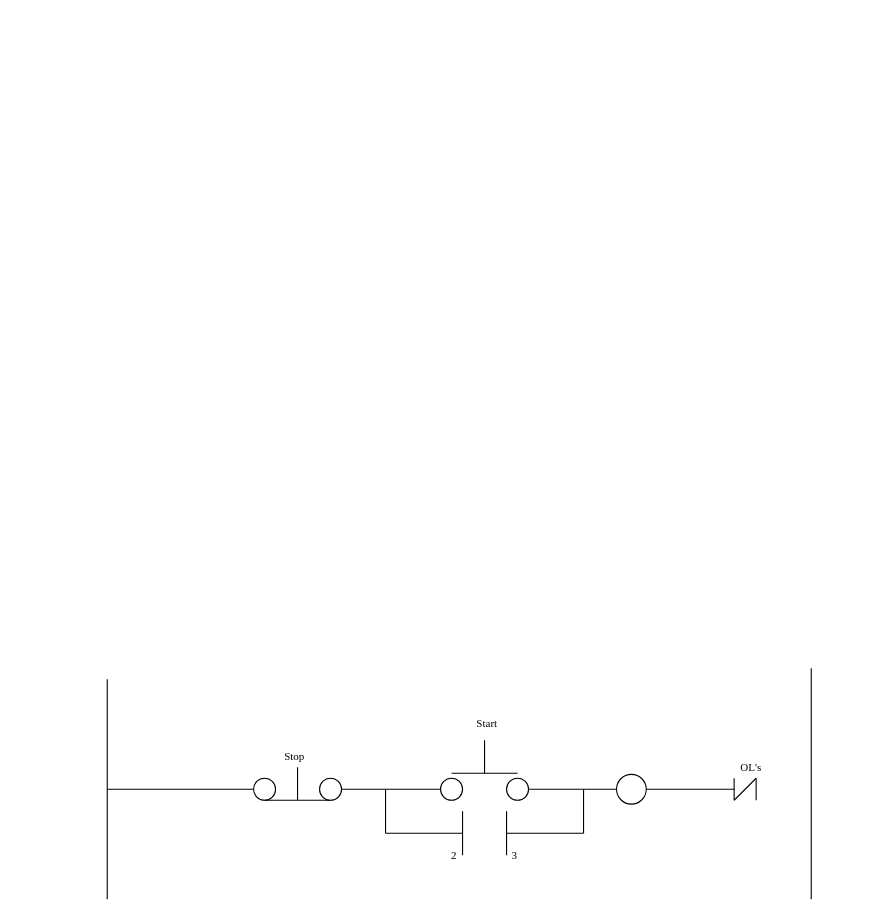
Above: Untitled Diagram.drawio in JakeBenjamin/Jakesrepo (draw.io), before the change. Source tidied: cells renumbered, new cells numbered last; positions are measured from the earlier drawing's top-left corner, leaving out a move shared by most shapes. Both pictures are drawn from the tidied source at 110%, with x=0, y=0 at pixel (107, 668).
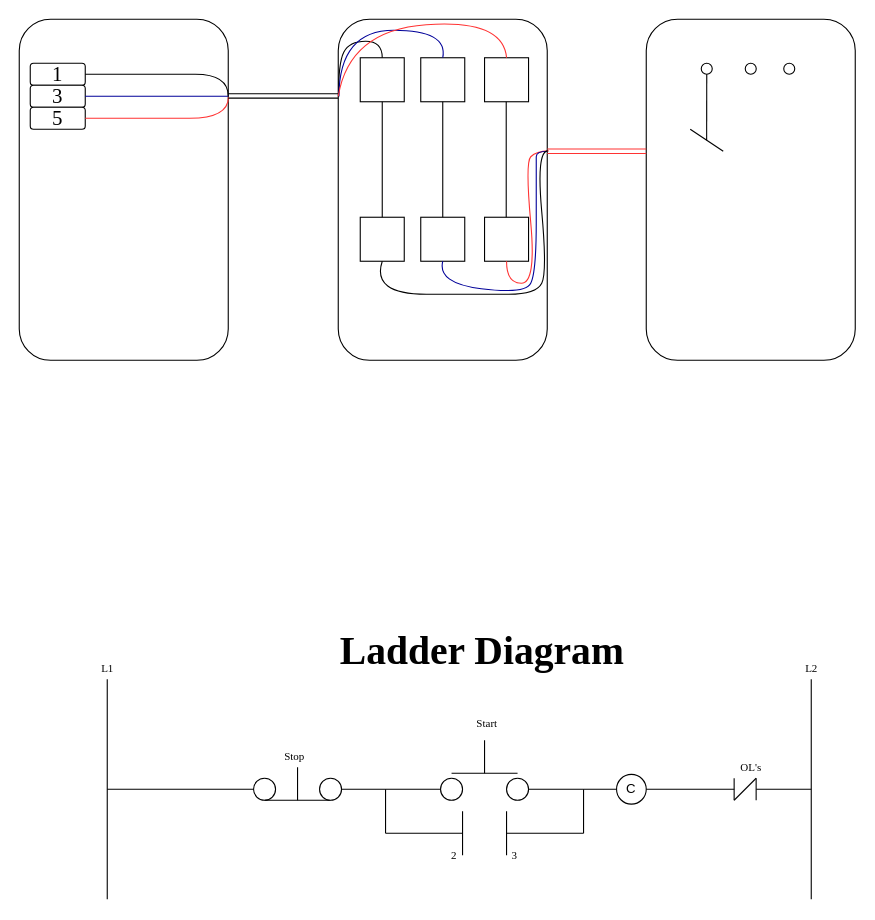
After the change.

What changed in the source:
```diff
@@
     <mxCell id="3" style="endArrow=none;html=1;rounded=0;" parent="1" edge="1">
       <mxGeometry relative="1" as="geometry">
         <mxPoint x="640" y="210" as="sourcePoint" />
-        <mxPoint x="640" as="targetPoint" />
+        <mxPoint x="640" y="10" as="targetPoint" />
       </mxGeometry>
     </mxCell>
@@
-    <mxCell id="23" style="ellipse;whiteSpace=wrap;html=1;direction=west;" parent="1" vertex="1">
+    <mxCell id="23" value="C" style="ellipse;whiteSpace=wrap;html=1;direction=west;" parent="1" vertex="1">
       <mxGeometry x="463" y="96.5" width="27" height="27" as="geometry" />
     </mxCell>
@@
+    <mxCell id="33" value="L1&lt;br&gt;" style="text;html=1;align=center;verticalAlign=middle;strokeColor=none;fillColor=none;fontSize=10;fontFamily=Times New Roman;fontColor=default;" parent="1" vertex="1">
+      <mxGeometry x="-15" y="-10" width="30" height="20" as="geometry" />
+    </mxCell>
+    <mxCell id="34" value="L2" style="text;html=1;align=center;verticalAlign=middle;strokeColor=none;fillColor=none;fontSize=10;fontFamily=Times New Roman;fontColor=default;" parent="1" vertex="1">
+      <mxGeometry x="625" y="-10" width="30" height="20" as="geometry" />
+    </mxCell>
+    <mxCell id="35" style="endArrow=none;html=1;rounded=0;fontFamily=Times New Roman;fontSize=10;fontColor=default;" parent="1" edge="1">
+      <mxGeometry relative="1" as="geometry">
+        <mxPoint x="590" y="110" as="sourcePoint" />
+        <mxPoint x="640" y="110" as="targetPoint" />
+      </mxGeometry>
+    </mxCell>
+    <mxCell id="36" value="&lt;h1&gt;&lt;font style=&quot;font-size: 36px&quot;&gt;Ladder Diagram&amp;nbsp;&lt;/font&gt;&lt;/h1&gt;" style="text;html=1;align=center;verticalAlign=middle;strokeColor=none;fillColor=none;fontSize=10;fontFamily=Times New Roman;fontColor=default;" parent="1" vertex="1">
+      <mxGeometry x="205" y="-40" width="280" height="50" as="geometry" />
+    </mxCell>
+    <mxCell id="37" style="rounded=1;whiteSpace=wrap;html=1;labelBackgroundColor=none;fontFamily=Times New Roman;fontSize=36;fontColor=default;direction=south;" parent="1" vertex="1">
+      <mxGeometry x="-80" y="-590" width="190" height="310" as="geometry" />
+    </mxCell>
+    <mxCell id="38" style="rounded=1;whiteSpace=wrap;html=1;labelBackgroundColor=none;fontFamily=Times New Roman;fontSize=36;fontColor=default;direction=south;" parent="1" vertex="1">
+      <mxGeometry x="210" y="-590" width="190" height="310" as="geometry" />
+    </mxCell>
+    <mxCell id="39" style="rounded=1;whiteSpace=wrap;html=1;labelBackgroundColor=none;fontFamily=Times New Roman;fontSize=36;fontColor=default;direction=south;" parent="1" vertex="1">
+      <mxGeometry x="490" y="-590" width="190" height="310" as="geometry" />
+    </mxCell>
+    <mxCell id="40" value="&lt;font style=&quot;font-size: 19px&quot;&gt;1&lt;/font&gt;" style="rounded=1;whiteSpace=wrap;html=1;labelBackgroundColor=none;fontFamily=Times New Roman;fontSize=36;fontColor=default;spacingLeft=0;spacingBottom=10;" parent="1" vertex="1">
+      <mxGeometry x="-70" y="-550" width="50" height="20" as="geometry" />
+    </mxCell>
+    <mxCell id="41" value="&lt;font style=&quot;font-size: 19px&quot;&gt;3&lt;/font&gt;" style="rounded=1;whiteSpace=wrap;html=1;labelBackgroundColor=none;fontFamily=Times New Roman;fontSize=36;fontColor=default;spacingBottom=10;" parent="1" vertex="1">
+      <mxGeometry x="-70" y="-530" width="50" height="20" as="geometry" />
+    </mxCell>
+    <mxCell id="42" value="&lt;font style=&quot;font-size: 19px&quot;&gt;5&lt;/font&gt;" style="rounded=1;whiteSpace=wrap;html=1;labelBackgroundColor=none;fontFamily=Times New Roman;fontSize=36;fontColor=default;spacingBottom=10;" parent="1" vertex="1">
+      <mxGeometry x="-70" y="-510" width="50" height="20" as="geometry" />
+    </mxCell>
+    <mxCell id="43" style="endArrow=none;html=1;rounded=0;fontFamily=Times New Roman;fontSize=19;fontColor=default;strokeColor=#000099;curved=1;exitX=1;exitY=0.5;exitDx=0;exitDy=0;" parent="1" edge="1" source="41">
+      <mxGeometry relative="1" as="geometry">
+        <mxPoint x="110" y="-520" as="targetPoint" />
+      </mxGeometry>
+    </mxCell>
+    <mxCell id="44" style="endArrow=none;html=1;rounded=0;fontFamily=Times New Roman;fontSize=19;fontColor=default;strokeColor=#FF3333;curved=1;exitX=1;exitY=0.5;exitDx=0;exitDy=0;entryX=0.228;entryY=-0.001;entryDx=0;entryDy=0;entryPerimeter=0;" parent="1" edge="1" source="42" target="37">
+      <mxGeometry relative="1" as="geometry">
+        <Array as="points">
+          <mxPoint x="40" y="-500" />
+          <mxPoint x="110" y="-500" />
+        </Array>
+      </mxGeometry>
+    </mxCell>
+    <mxCell id="45" style="endArrow=none;html=1;rounded=0;fontFamily=Times New Roman;fontSize=19;fontColor=default;strokeColor=#000000;curved=1;exitX=1;exitY=0.5;exitDx=0;exitDy=0;" parent="1" edge="1" source="40">
+      <mxGeometry relative="1" as="geometry">
+        <mxPoint x="110" y="-520" as="targetPoint" />
+        <Array as="points">
+          <mxPoint x="50" y="-540" />
+          <mxPoint x="110" y="-540" />
+        </Array>
+      </mxGeometry>
+    </mxCell>
+    <mxCell id="46" style="whiteSpace=wrap;html=1;labelBackgroundColor=#ffffff;fontFamily=Times New Roman;fontSize=19;fontColor=default;" parent="1" vertex="1">
+      <mxGeometry x="230" y="-555" width="40" height="40" as="geometry" />
+    </mxCell>
+    <mxCell id="47" style="whiteSpace=wrap;html=1;labelBackgroundColor=#ffffff;fontFamily=Times New Roman;fontSize=19;fontColor=default;" parent="1" vertex="1">
+      <mxGeometry x="285" y="-555" width="40" height="40" as="geometry" />
+    </mxCell>
+    <mxCell id="48" style="whiteSpace=wrap;html=1;labelBackgroundColor=#ffffff;fontFamily=Times New Roman;fontSize=19;fontColor=default;" parent="1" vertex="1">
+      <mxGeometry x="343" y="-555" width="40" height="40" as="geometry" />
+    </mxCell>
+    <mxCell id="49" style="whiteSpace=wrap;html=1;labelBackgroundColor=#ffffff;fontFamily=Times New Roman;fontSize=19;fontColor=default;" parent="1" vertex="1">
+      <mxGeometry x="230" y="-410" width="40" height="40" as="geometry" />
+    </mxCell>
+    <mxCell id="50" style="endArrow=none;html=1;rounded=0;fontFamily=Times New Roman;fontSize=19;fontColor=default;strokeColor=#000000;curved=1;exitX=0.5;exitY=0;exitDx=0;exitDy=0;entryX=0.5;entryY=1;entryDx=0;entryDy=0;" parent="1" edge="1" source="49" target="46">
+      <mxGeometry relative="1" as="geometry" />
+    </mxCell>
+    <mxCell id="51" style="whiteSpace=wrap;html=1;labelBackgroundColor=#ffffff;fontFamily=Times New Roman;fontSize=19;fontColor=default;" parent="1" vertex="1">
+      <mxGeometry x="285" y="-410" width="40" height="40" as="geometry" />
+    </mxCell>
+    <mxCell id="52" style="whiteSpace=wrap;html=1;labelBackgroundColor=#ffffff;fontFamily=Times New Roman;fontSize=19;fontColor=default;" parent="1" vertex="1">
+      <mxGeometry x="343" y="-410" width="40" height="40" as="geometry" />
+    </mxCell>
+    <mxCell id="53" style="endArrow=none;html=1;rounded=0;fontFamily=Times New Roman;fontSize=19;fontColor=default;strokeColor=#000000;curved=1;entryX=0.5;entryY=1;entryDx=0;entryDy=0;" parent="1" edge="1" target="47">
+      <mxGeometry relative="1" as="geometry">
+        <mxPoint x="305" y="-410" as="sourcePoint" />
+      </mxGeometry>
+    </mxCell>
+    <mxCell id="54" style="endArrow=none;html=1;rounded=0;fontFamily=Times New Roman;fontSize=19;fontColor=default;strokeColor=#000000;curved=1;entryX=0.5;entryY=1;entryDx=0;entryDy=0;" parent="1" edge="1">
+      <mxGeometry relative="1" as="geometry">
+        <mxPoint x="362.7" y="-410" as="sourcePoint" />
+        <mxPoint x="362.7" y="-515" as="targetPoint" />
+      </mxGeometry>
+    </mxCell>
+    <mxCell id="55" style="shape=link;html=1;rounded=0;fontFamily=Times New Roman;fontSize=19;fontColor=default;strokeColor=#000000;curved=1;" parent="1" edge="1">
+      <mxGeometry relative="1" as="geometry">
+        <mxPoint x="110" y="-520.3" as="sourcePoint" />
+        <mxPoint x="210" y="-520.3" as="targetPoint" />
+      </mxGeometry>
+    </mxCell>
+    <mxCell id="56" style="endArrow=none;html=1;rounded=0;fontFamily=Times New Roman;fontSize=19;fontColor=default;strokeColor=#000000;curved=1;exitX=0.227;exitY=0.998;exitDx=0;exitDy=0;exitPerimeter=0;entryX=0.5;entryY=0;entryDx=0;entryDy=0;" parent="1" edge="1" source="38" target="46">
+      <mxGeometry relative="1" as="geometry">
+        <Array as="points">
+          <mxPoint x="210" y="-550" />
+          <mxPoint x="220" y="-570" />
+          <mxPoint x="250" y="-570" />
+        </Array>
+      </mxGeometry>
+    </mxCell>
+    <mxCell id="57" style="endArrow=none;html=1;rounded=0;fontFamily=Times New Roman;fontSize=19;fontColor=default;strokeColor=#000099;curved=1;exitX=0.226;exitY=0.997;exitDx=0;exitDy=0;exitPerimeter=0;entryX=0.5;entryY=0;entryDx=0;entryDy=0;" parent="1" edge="1" source="38" target="47">
+      <mxGeometry relative="1" as="geometry">
+        <Array as="points">
+          <mxPoint x="211" y="-580" />
+          <mxPoint x="310" y="-580" />
+        </Array>
+      </mxGeometry>
+    </mxCell>
+    <mxCell id="58" style="endArrow=none;html=1;rounded=0;fontFamily=Times New Roman;fontSize=19;fontColor=default;strokeColor=#FF3333;curved=1;entryX=0.5;entryY=0;entryDx=0;entryDy=0;" parent="1" edge="1" target="48">
+      <mxGeometry relative="1" as="geometry">
+        <mxPoint x="210" y="-520" as="sourcePoint" />
+        <Array as="points">
+          <mxPoint x="220" y="-580" />
+          <mxPoint x="360" y="-590" />
+        </Array>
+      </mxGeometry>
+    </mxCell>
+    <mxCell id="59" style="shape=link;html=1;rounded=0;fontFamily=Times New Roman;fontSize=19;fontColor=default;strokeColor=#FF3333;curved=1;" parent="1" edge="1">
+      <mxGeometry relative="1" as="geometry">
+        <mxPoint x="400" y="-470" as="sourcePoint" />
+        <mxPoint x="490" y="-470" as="targetPoint" />
+      </mxGeometry>
+    </mxCell>
+    <mxCell id="60" style="endArrow=none;html=1;rounded=0;fontFamily=Times New Roman;fontSize=19;fontColor=default;strokeColor=#FF3333;curved=1;exitX=0.5;exitY=1;exitDx=0;exitDy=0;entryX=0.386;entryY=-0.007;entryDx=0;entryDy=0;entryPerimeter=0;" parent="1" edge="1" source="52" target="38">
+      <mxGeometry relative="1" as="geometry">
+        <Array as="points">
+          <mxPoint x="363" y="-350" />
+          <mxPoint x="390" y="-350" />
+          <mxPoint x="380" y="-460" />
+          <mxPoint x="390" y="-470" />
+        </Array>
+      </mxGeometry>
+    </mxCell>
+    <mxCell id="61" style="endArrow=none;html=1;rounded=0;fontFamily=Times New Roman;fontSize=19;fontColor=default;strokeColor=#000099;curved=1;exitX=0.5;exitY=1;exitDx=0;exitDy=0;" parent="1" edge="1" source="51">
+      <mxGeometry relative="1" as="geometry">
+        <mxPoint x="400" y="-470" as="targetPoint" />
+        <Array as="points">
+          <mxPoint x="300" y="-350" />
+          <mxPoint x="380" y="-340" />
+          <mxPoint x="390" y="-360" />
+          <mxPoint x="390" y="-450" />
+          <mxPoint x="390" y="-460" />
+          <mxPoint x="390" y="-470" />
+        </Array>
+      </mxGeometry>
+    </mxCell>
+    <mxCell id="62" style="endArrow=none;html=1;rounded=0;fontFamily=Times New Roman;fontSize=19;fontColor=default;strokeColor=#000000;curved=1;exitX=0.5;exitY=1;exitDx=0;exitDy=0;entryX=0.386;entryY=-0.003;entryDx=0;entryDy=0;entryPerimeter=0;" parent="1" edge="1" source="49" target="38">
+      <mxGeometry relative="1" as="geometry">
+        <Array as="points">
+          <mxPoint x="240" y="-340" />
+          <mxPoint x="340" y="-340" />
+          <mxPoint x="390" y="-340" />
+          <mxPoint x="400" y="-360" />
+          <mxPoint x="390" y="-470" />
+        </Array>
+      </mxGeometry>
+    </mxCell>
+    <mxCell id="63" style="ellipse;whiteSpace=wrap;html=1;labelBackgroundColor=#ffffff;fontFamily=Times New Roman;fontSize=19;fontColor=default;" parent="1" vertex="1">
+      <mxGeometry x="540" y="-550" width="10" height="10" as="geometry" />
+    </mxCell>
+    <mxCell id="64" style="ellipse;whiteSpace=wrap;html=1;labelBackgroundColor=#ffffff;fontFamily=Times New Roman;fontSize=19;fontColor=default;" parent="1" vertex="1">
+      <mxGeometry x="580" y="-550" width="10" height="10" as="geometry" />
+    </mxCell>
+    <mxCell id="65" style="ellipse;whiteSpace=wrap;html=1;labelBackgroundColor=#ffffff;fontFamily=Times New Roman;fontSize=19;fontColor=default;" parent="1" vertex="1">
+      <mxGeometry x="615" y="-550" width="10" height="10" as="geometry" />
+    </mxCell>
+    <mxCell id="66" style="endArrow=none;html=1;rounded=0;fontFamily=Times New Roman;fontSize=19;fontColor=default;strokeColor=#000000;curved=1;entryX=0.5;entryY=1;entryDx=0;entryDy=0;exitX=0.355;exitY=0.711;exitDx=0;exitDy=0;exitPerimeter=0;" parent="1" edge="1" source="39" target="63">
+      <mxGeometry relative="1" as="geometry" />
+    </mxCell>
+    <mxCell id="67" style="endArrow=none;html=1;rounded=0;fontFamily=Times New Roman;fontSize=19;fontColor=default;strokeColor=#000000;curved=1;" parent="1" edge="1">
+      <mxGeometry relative="1" as="geometry">
+        <mxPoint x="530" y="-490" as="sourcePoint" />
+        <mxPoint x="560" y="-470" as="targetPoint" />
+      </mxGeometry>
+    </mxCell>
```
